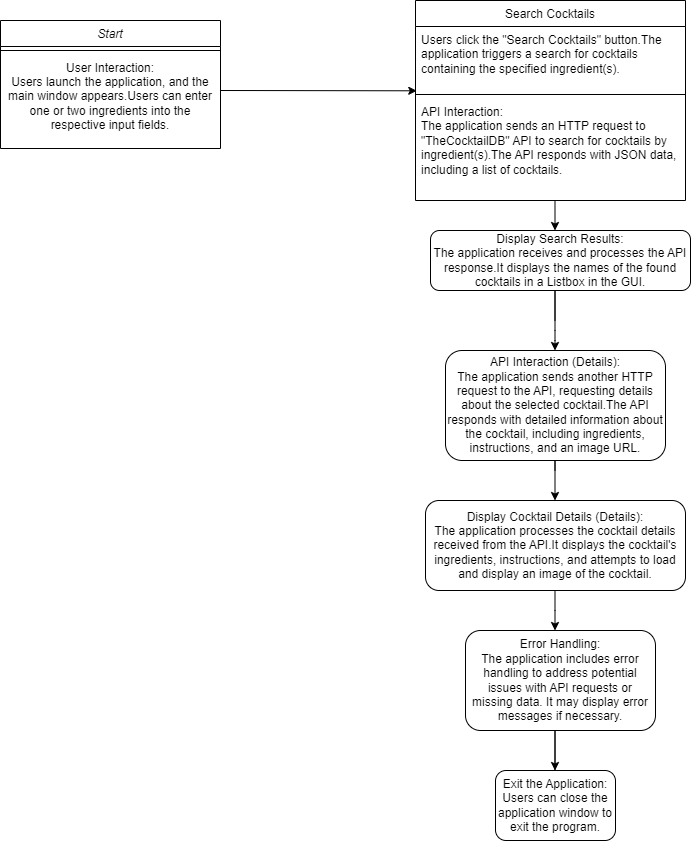
MiaaPanda/Final-Project-Shake-It-Up keeps this draw.io diagram as Shake_It_Up/FlowDiagram.png. Above is the earlier version. Source tidied: cells renumbered, new cells last; positions are measured from the earlier drawing's top-left corner, leaving out a move shared by most shapes.
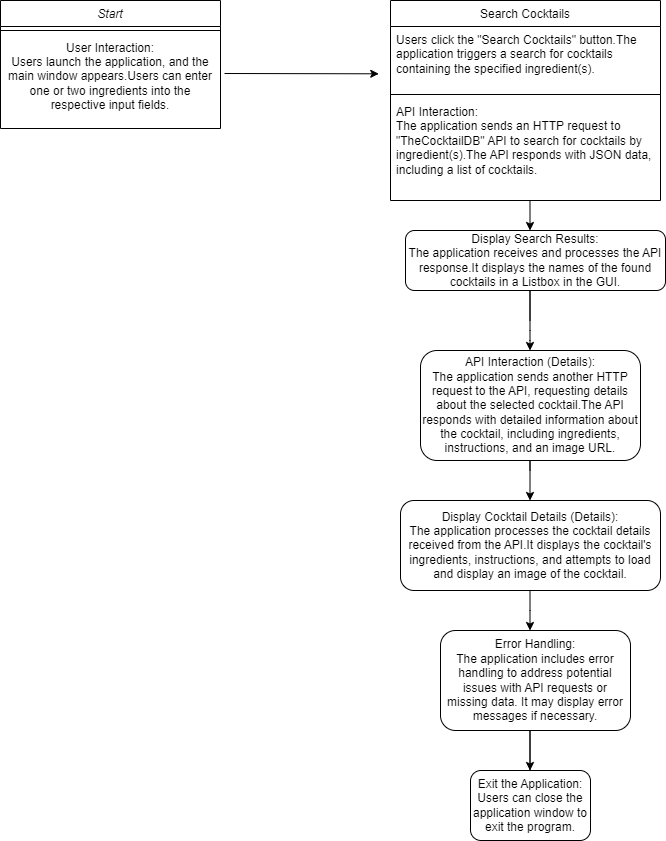
The same diagram one commit later.

What changed in the source:
```diff
@@ -3,7 +3,7 @@
     <mxCell id="0" />
     <mxCell id="1" parent="0" />
     <mxCell id="2" value="Start" style="swimlane;fontStyle=2;align=center;verticalAlign=top;horizontal=1;startSize=26;rounded=0;shadow=0;strokeWidth=1;" parent="1" vertex="1">
-      <mxGeometry y="20" width="220" height="128" as="geometry" />
+      <mxGeometry x="25" width="220" height="128" as="geometry" />
     </mxCell>
     <mxCell id="3" style="line;html=1;strokeWidth=1;align=left;verticalAlign=middle;spacingTop=-1;spacingLeft=3;spacingRight=3;labelPosition=right;" parent="2" vertex="1">
       <mxGeometry y="26" width="220" height="8" as="geometry" />
@@ -59,10 +59,10 @@
     <mxCell id="15" value="Exit the Application:&#10;Users can close the application window to exit the program." style="rounded=1;whiteSpace=wrap;" parent="1" vertex="1">
       <mxGeometry x="495" y="770" width="120" height="70" as="geometry" />
     </mxCell>
-    <mxCell id="16" style="endArrow=classic;html=1;rounded=0;exitX=1.017;exitY=0.306;exitDx=0;exitDy=0;exitPerimeter=0;" parent="1" edge="1">
+    <mxCell id="16" style="endArrow=classic;html=1;rounded=0;" parent="1" edge="1">
       <mxGeometry relative="1" as="geometry">
-        <mxPoint x="220" y="90" as="sourcePoint" />
-        <mxPoint x="416.3" y="90.3" as="targetPoint" />
+        <mxPoint x="249" y="73" as="sourcePoint" />
+        <mxPoint x="403.3" y="73.3" as="targetPoint" />
       </mxGeometry>
     </mxCell>
     <mxCell id="17" style="endArrow=classic;html=1;rounded=0;" parent="1" edge="1">
```
